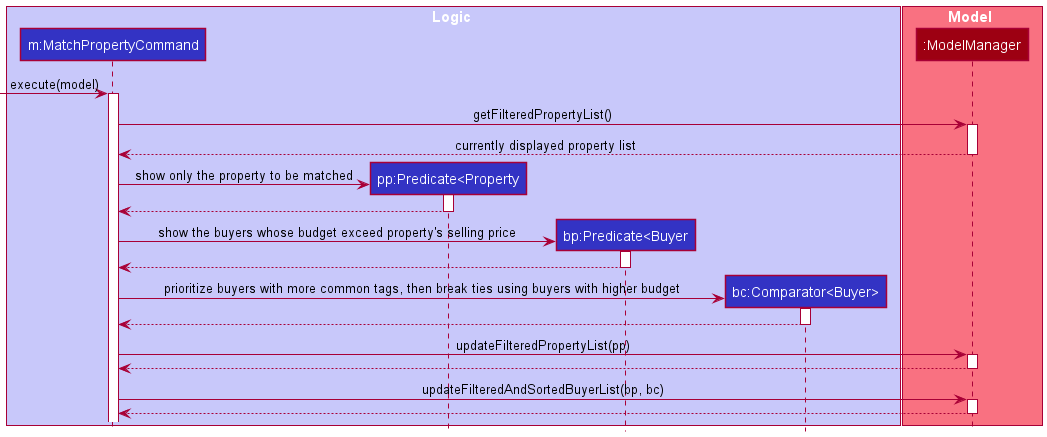
This is docs/images/MatchOneToManySequenceDiagram.png from waynetee/tp, a PlantUML export, as it was before one commit. Source of this version:
```plantuml
@startuml
!include style.puml

box Logic LOGIC_COLOR_T1
participant "m:MatchPropertyCommand" as MatchPropertyCommand LOGIC_COLOR
participant "pp:Predicate<Property" as PropertyPredicate LOGIC_COLOR
participant "bp:Predicate<Buyer" as BuyerPredicate LOGIC_COLOR
participant "bc:Comparator<Buyer>" as BuyerComparator LOGIC_COLOR
end box

box Model MODEL_COLOR_T1
participant ":ModelManager" as Model MODEL_COLOR
end box

-> MatchPropertyCommand : execute(model)
activate MatchPropertyCommand

MatchPropertyCommand -> Model : getFilteredPropertyList()
activate Model
Model --> MatchPropertyCommand : currently displayed property list
deactivate Model

create PropertyPredicate
MatchPropertyCommand -> PropertyPredicate : show only the property to be matched
activate PropertyPredicate
PropertyPredicate --> MatchPropertyCommand
deactivate PropertyPredicate

create BuyerPredicate
MatchPropertyCommand -> BuyerPredicate : show the buyers whose budget exceed property's selling price
activate BuyerPredicate
BuyerPredicate --> MatchPropertyCommand
deactivate BuyerPredicate

create BuyerComparator
MatchPropertyCommand -> BuyerComparator : prioritize buyers with more common tags, then break ties using buyers with higher budget
activate BuyerComparator
BuyerComparator --> MatchPropertyCommand
deactivate BuyerComparator

MatchPropertyCommand -> Model : updateFilteredPropertyList(pp)
activate Model
Model --> MatchPropertyCommand
deactivate Model

MatchPropertyCommand -> Model : updateFilteredAndSortedBuyerList(bp, bc)
activate Model

Model --> MatchPropertyCommand
deactivate Model

@enduml
```
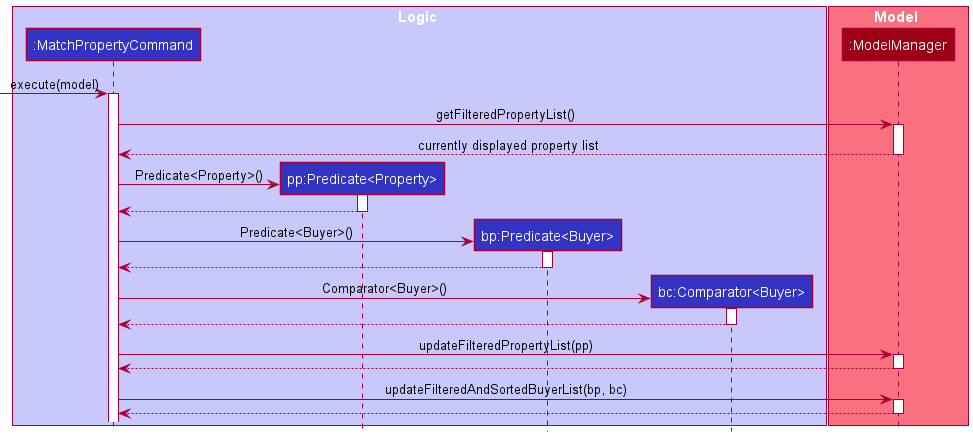
Above is the later version.

Change to the diagram source:
```diff
@@ -2,9 +2,9 @@
 !include style.puml
 
 box Logic LOGIC_COLOR_T1
-participant "m:MatchPropertyCommand" as MatchPropertyCommand LOGIC_COLOR
-participant "pp:Predicate<Property" as PropertyPredicate LOGIC_COLOR
-participant "bp:Predicate<Buyer" as BuyerPredicate LOGIC_COLOR
+participant ":MatchPropertyCommand" as MatchPropertyCommand LOGIC_COLOR
+participant "pp:Predicate<Property>" as PropertyPredicate LOGIC_COLOR
+participant "bp:Predicate<Buyer>" as BuyerPredicate LOGIC_COLOR
 participant "bc:Comparator<Buyer>" as BuyerComparator LOGIC_COLOR
 end box
 
@@ -21,19 +21,19 @@
 deactivate Model
 
 create PropertyPredicate
-MatchPropertyCommand -> PropertyPredicate : show only the property to be matched
+MatchPropertyCommand -> PropertyPredicate : Predicate<Property>()
 activate PropertyPredicate
 PropertyPredicate --> MatchPropertyCommand
 deactivate PropertyPredicate
 
 create BuyerPredicate
-MatchPropertyCommand -> BuyerPredicate : show the buyers whose budget exceed property's selling price
+MatchPropertyCommand -> BuyerPredicate : Predicate<Buyer>()
 activate BuyerPredicate
 BuyerPredicate --> MatchPropertyCommand
 deactivate BuyerPredicate
 
 create BuyerComparator
-MatchPropertyCommand -> BuyerComparator : prioritize buyers with more common tags, then break ties using buyers with higher budget
+MatchPropertyCommand -> BuyerComparator : Comparator<Buyer>()
 activate BuyerComparator
 BuyerComparator --> MatchPropertyCommand
 deactivate BuyerComparator
```
